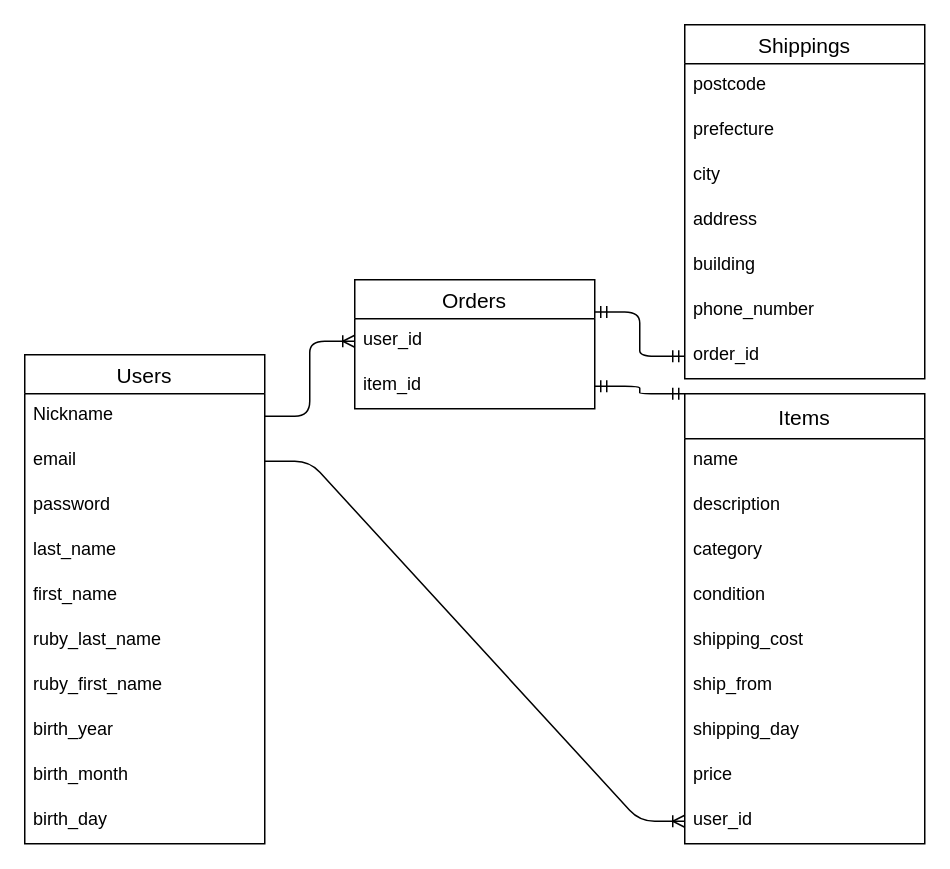
Above: furima38940_er.dio in user4ge/furima-38940 (draw.io), before the change. Source tidied: cells renumbered, new cells numbered last; positions are measured from the earlier drawing's top-left corner, leaving out a move shared by most shapes. Both pictures are drawn from the tidied source at 150%, with x=0, y=0 at pixel (24, 24).
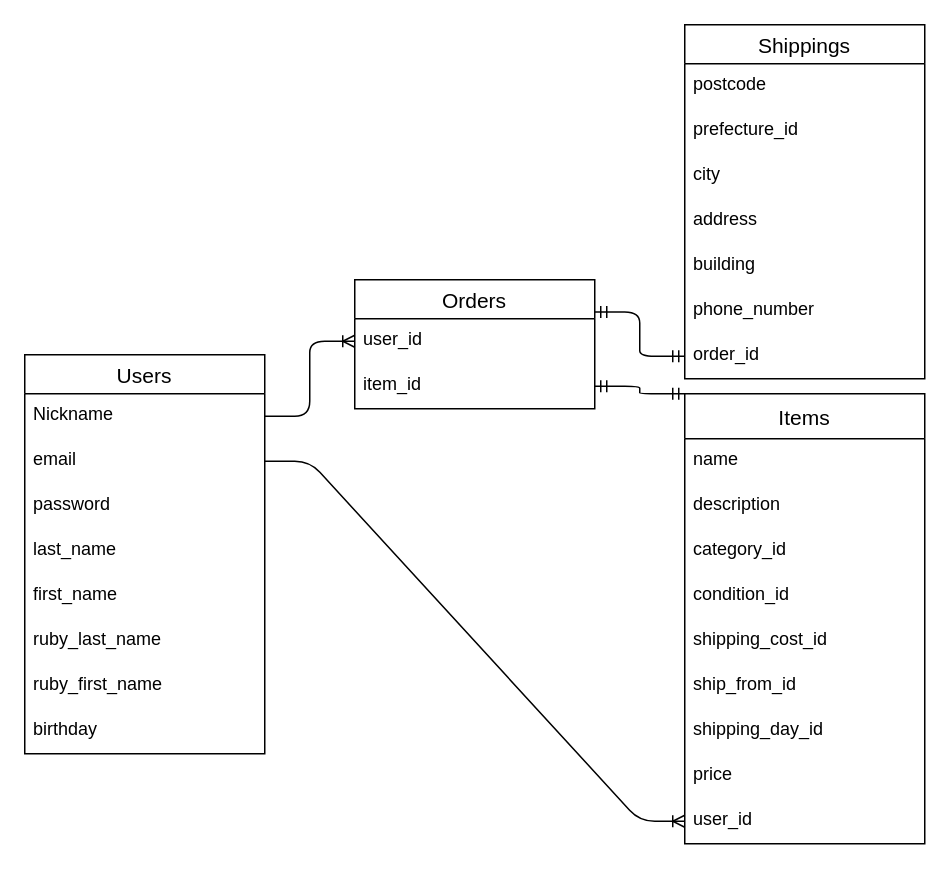
The same diagram, later.

Commit message (it also covers changes not shown here):
テーブル設計 プルリクエスト後修正

Unchanged cells that the change refers to:
```xml
<mxCell id="13" value="Items" style="swimlane;fontStyle=0;horizontal=1;startSize=30;align=center;fontSize=14;" parent="1" vertex="1">
  <mxGeometry x="440" y="246" width="160" height="300" as="geometry" />
</mxCell>
<mxCell id="29" value="Shippings" style="swimlane;fontStyle=0;horizontal=1;startSize=26;align=center;fontSize=14;" parent="1" vertex="1">
  <mxGeometry x="440" width="160" height="236" as="geometry" />
</mxCell>
```

Change to the diagram source:
```diff
@@
     <mxCell id="2" value="Users" style="swimlane;fontStyle=0;horizontal=1;startSize=26;align=center;fontSize=14;" parent="1" vertex="1">
-      <mxGeometry y="220" width="160" height="326" as="geometry" />
+      <mxGeometry y="220" width="160" height="266" as="geometry" />
     </mxCell>
@@
-    <mxCell id="10" value="birth_year" style="text;strokeColor=none;fillColor=none;spacingLeft=4;spacingRight=4;overflow=hidden;fontSize=12;" parent="2" vertex="1">
+    <mxCell id="10" value="birthday" style="text;strokeColor=none;fillColor=none;spacingLeft=4;spacingRight=4;overflow=hidden;fontSize=12;" parent="2" vertex="1">
       <mxGeometry y="236" width="160" height="30" as="geometry" />
     </mxCell>
-    <mxCell id="11" value="birth_month" style="text;strokeColor=none;fillColor=none;spacingLeft=4;spacingRight=4;overflow=hidden;fontSize=12;" parent="2" vertex="1">
-      <mxGeometry y="266" width="160" height="30" as="geometry" />
-    </mxCell>
-    <mxCell id="12" value="birth_day" style="text;strokeColor=none;fillColor=none;spacingLeft=4;spacingRight=4;overflow=hidden;fontSize=12;" parent="2" vertex="1">
-      <mxGeometry y="296" width="160" height="30" as="geometry" />
-    </mxCell>
@@
-    <mxCell id="16" value="category" style="text;strokeColor=none;fillColor=none;spacingLeft=4;spacingRight=4;overflow=hidden;fontSize=12;" parent="13" vertex="1">
+    <mxCell id="16" value="category_id" style="text;strokeColor=none;fillColor=none;spacingLeft=4;spacingRight=4;overflow=hidden;fontSize=12;" parent="13" vertex="1">
       <mxGeometry y="90" width="160" height="30" as="geometry" />
     </mxCell>
-    <mxCell id="17" value="condition" style="text;strokeColor=none;fillColor=none;spacingLeft=4;spacingRight=4;overflow=hidden;fontSize=12;" parent="13" vertex="1">
+    <mxCell id="17" value="condition_id" style="text;strokeColor=none;fillColor=none;spacingLeft=4;spacingRight=4;overflow=hidden;fontSize=12;" parent="13" vertex="1">
       <mxGeometry y="120" width="160" height="30" as="geometry" />
     </mxCell>
-    <mxCell id="18" value="shipping_cost" style="text;strokeColor=none;fillColor=none;spacingLeft=4;spacingRight=4;overflow=hidden;fontSize=12;" parent="13" vertex="1">
+    <mxCell id="18" value="shipping_cost_id" style="text;strokeColor=none;fillColor=none;spacingLeft=4;spacingRight=4;overflow=hidden;fontSize=12;" parent="13" vertex="1">
       <mxGeometry y="150" width="160" height="30" as="geometry" />
     </mxCell>
-    <mxCell id="19" value="ship_from" style="text;strokeColor=none;fillColor=none;spacingLeft=4;spacingRight=4;overflow=hidden;fontSize=12;" parent="13" vertex="1">
+    <mxCell id="19" value="ship_from_id" style="text;strokeColor=none;fillColor=none;spacingLeft=4;spacingRight=4;overflow=hidden;fontSize=12;" parent="13" vertex="1">
       <mxGeometry y="180" width="160" height="30" as="geometry" />
     </mxCell>
-    <mxCell id="20" value="shipping_day" style="text;strokeColor=none;fillColor=none;spacingLeft=4;spacingRight=4;overflow=hidden;fontSize=12;" parent="13" vertex="1">
+    <mxCell id="20" value="shipping_day_id" style="text;strokeColor=none;fillColor=none;spacingLeft=4;spacingRight=4;overflow=hidden;fontSize=12;" parent="13" vertex="1">
       <mxGeometry y="210" width="160" height="30" as="geometry" />
     </mxCell>
@@
-    <mxCell id="31" value="prefecture" style="text;strokeColor=none;fillColor=none;spacingLeft=4;spacingRight=4;overflow=hidden;fontSize=12;" parent="29" vertex="1">
+    <mxCell id="31" value="prefecture_id" style="text;strokeColor=none;fillColor=none;spacingLeft=4;spacingRight=4;overflow=hidden;fontSize=12;" parent="29" vertex="1">
       <mxGeometry y="56" width="160" height="30" as="geometry" />
     </mxCell>
```
